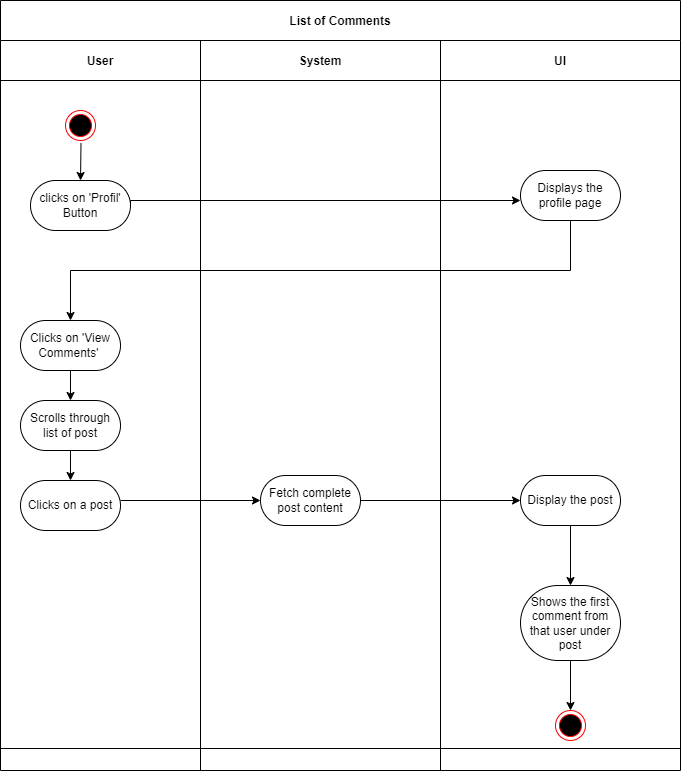
millisom/GluGuide keeps this draw.io diagram as docs/UseCaseManageComments/UCListComment.drawio.png. Above is the earlier version. Source tidied: cells renumbered, new cells last; positions are measured from the earlier drawing's top-left corner, leaving out a move shared by most shapes. The source it was exported from:
```xml
<mxGraphModel>
  <root>
    <mxCell id="0" />
    <mxCell id="1" parent="0" />
    <mxCell id="2" value="List of Comments" style="shape=table;startSize=40;fillColor=none;fontStyle=1;" parent="1" vertex="1">
      <mxGeometry width="680" height="770" as="geometry" />
    </mxCell>
    <mxCell id="3" style="shape=tableRow;horizontal=0;swimlaneHead=0;swimlaneBody=0;top=0;left=0;bottom=0;right=0;fillColor=none;startSize=0;fontStyle=1;" parent="2" vertex="1">
      <mxGeometry y="40" width="680" height="708" as="geometry" />
    </mxCell>
    <mxCell id="4" value="User" style="swimlane;swimlaneHead=0;swimlaneBody=0;fillColor=none;startSize=40;fontStyle=1;" parent="3" vertex="1">
      <mxGeometry width="200" height="708" as="geometry" />
    </mxCell>
    <mxCell id="5" value="clicks on 'Profil' Button" style="rounded=1;whiteSpace=wrap;html=1;arcSize=50;" parent="4" vertex="1">
      <mxGeometry x="30" y="140" width="100" height="50" as="geometry" />
    </mxCell>
    <mxCell id="6" style="edgeStyle=orthogonalEdgeStyle;rounded=0;jettySize=auto;html=1;exitX=0.5;exitY=1;exitDx=0;exitDy=0;entryX=0.5;entryY=0;entryDx=0;entryDy=0;" parent="4" edge="1" source="7" target="9">
      <mxGeometry relative="1" as="geometry" />
    </mxCell>
    <mxCell id="7" value="Clicks on 'View Comments'&amp;nbsp;" style="rounded=1;whiteSpace=wrap;html=1;arcSize=50;" parent="4" vertex="1">
      <mxGeometry x="20" y="280" width="100" height="50" as="geometry" />
    </mxCell>
    <mxCell id="8" style="edgeStyle=none;html=1;" parent="4" edge="1" source="9" target="12">
      <mxGeometry relative="1" as="geometry" />
    </mxCell>
    <mxCell id="9" value="Scrolls through list of post" style="rounded=1;whiteSpace=wrap;html=1;arcSize=50;" parent="4" vertex="1">
      <mxGeometry x="20" y="360" width="100" height="50" as="geometry" />
    </mxCell>
    <mxCell id="10" style="edgeStyle=orthogonalEdgeStyle;rounded=0;jettySize=auto;html=1;exitX=0.517;exitY=1.083;exitDx=0;exitDy=0;entryX=0.5;entryY=0;entryDx=0;entryDy=0;exitPerimeter=0;" parent="4" edge="1" source="11" target="5">
      <mxGeometry relative="1" as="geometry" />
    </mxCell>
    <mxCell id="11" style="ellipse;html=1;shape=endState;fillColor=#000000;strokeColor=#ff0000;" parent="4" vertex="1">
      <mxGeometry x="65" y="70" width="30" height="30" as="geometry" />
    </mxCell>
    <mxCell id="12" value="Clicks on a post" style="rounded=1;whiteSpace=wrap;html=1;arcSize=50;" parent="4" vertex="1">
      <mxGeometry x="20" y="440" width="100" height="50" as="geometry" />
    </mxCell>
    <mxCell id="13" value="System" style="swimlane;swimlaneHead=0;swimlaneBody=0;fillColor=none;startSize=40;fontStyle=1;" parent="3" vertex="1">
      <mxGeometry x="200" width="240" height="708" as="geometry" />
    </mxCell>
    <mxCell id="14" value="Fetch complete post content" style="rounded=1;whiteSpace=wrap;html=1;arcSize=50;" parent="13" vertex="1">
      <mxGeometry x="60" y="435" width="100" height="50" as="geometry" />
    </mxCell>
    <mxCell id="15" value="UI" style="swimlane;swimlaneHead=0;swimlaneBody=0;fillColor=none;startSize=40;fontStyle=1;" parent="3" vertex="1">
      <mxGeometry x="440" width="240" height="708" as="geometry" />
    </mxCell>
    <mxCell id="16" style="edgeStyle=orthogonalEdgeStyle;rounded=0;jettySize=auto;html=1;exitX=0.5;exitY=1;exitDx=0;exitDy=0;entryX=0.5;entryY=0;entryDx=0;entryDy=0;" parent="15" edge="1" source="17" target="20">
      <mxGeometry relative="1" as="geometry" />
    </mxCell>
    <mxCell id="17" value="Display the post" style="rounded=1;whiteSpace=wrap;html=1;arcSize=50;" parent="15" vertex="1">
      <mxGeometry x="80" y="435" width="100" height="50" as="geometry" />
    </mxCell>
    <mxCell id="18" value="Displays the profile page" style="rounded=1;whiteSpace=wrap;html=1;arcSize=50;" parent="15" vertex="1">
      <mxGeometry x="80" y="130" width="100" height="50" as="geometry" />
    </mxCell>
    <mxCell id="19" style="edgeStyle=orthogonalEdgeStyle;rounded=0;jettySize=auto;html=1;exitX=0.5;exitY=1;exitDx=0;exitDy=0;entryX=0.5;entryY=0;entryDx=0;entryDy=0;" parent="15" edge="1" source="20">
      <mxGeometry relative="1" as="geometry">
        <mxPoint x="130" y="670" as="targetPoint" />
      </mxGeometry>
    </mxCell>
    <mxCell id="20" value="Shows the first comment from that user under post" style="rounded=1;whiteSpace=wrap;html=1;arcSize=50;" parent="15" vertex="1">
      <mxGeometry x="80" y="545" width="100" height="75" as="geometry" />
    </mxCell>
    <mxCell id="21" style="ellipse;html=1;shape=endState;fillColor=#000000;strokeColor=#ff0000;" parent="15" vertex="1">
      <mxGeometry x="115" y="670" width="30" height="30" as="geometry" />
    </mxCell>
    <mxCell id="22" style="edgeStyle=orthogonalEdgeStyle;rounded=0;jettySize=auto;html=1;exitX=1;exitY=0.5;exitDx=0;exitDy=0;" parent="3" edge="1" source="5">
      <mxGeometry relative="1" as="geometry">
        <mxPoint x="520" y="160" as="targetPoint" />
        <Array as="points">
          <mxPoint x="130" y="160" />
          <mxPoint x="520" y="160" />
        </Array>
      </mxGeometry>
    </mxCell>
    <mxCell id="23" style="edgeStyle=orthogonalEdgeStyle;rounded=0;jettySize=auto;html=1;exitX=0.5;exitY=1;exitDx=0;exitDy=0;" parent="3" edge="1" source="18" target="7">
      <mxGeometry relative="1" as="geometry" />
    </mxCell>
    <mxCell id="24" style="edgeStyle=orthogonalEdgeStyle;rounded=0;jettySize=auto;html=1;exitX=1;exitY=0.5;exitDx=0;exitDy=0;" parent="3" edge="1" target="14">
      <mxGeometry relative="1" as="geometry">
        <mxPoint x="120" y="460" as="sourcePoint" />
      </mxGeometry>
    </mxCell>
    <mxCell id="25" style="edgeStyle=orthogonalEdgeStyle;rounded=0;jettySize=auto;html=1;exitX=1;exitY=0.5;exitDx=0;exitDy=0;" parent="3" edge="1" source="14" target="17">
      <mxGeometry relative="1" as="geometry" />
    </mxCell>
    <mxCell id="26" style="shape=tableRow;horizontal=0;swimlaneHead=0;swimlaneBody=0;top=0;left=0;bottom=0;right=0;fillColor=none;startSize=0;fontStyle=1;" parent="2" vertex="1">
      <mxGeometry y="748" width="680" height="22" as="geometry" />
    </mxCell>
    <mxCell id="27" style="swimlane;swimlaneHead=0;swimlaneBody=0;fillColor=none;startSize=0;fontStyle=1;" parent="26" vertex="1">
      <mxGeometry width="200" height="22" as="geometry" />
    </mxCell>
    <mxCell id="28" style="swimlane;swimlaneHead=0;swimlaneBody=0;fillColor=none;startSize=0;fontStyle=1;" parent="26" vertex="1">
      <mxGeometry x="200" width="240" height="22" as="geometry" />
    </mxCell>
    <mxCell id="29" style="swimlane;swimlaneHead=0;swimlaneBody=0;fillColor=none;startSize=0;fontStyle=1;" parent="26" vertex="1">
      <mxGeometry x="440" width="240" height="22" as="geometry" />
    </mxCell>
  </root>
</mxGraphModel>
```
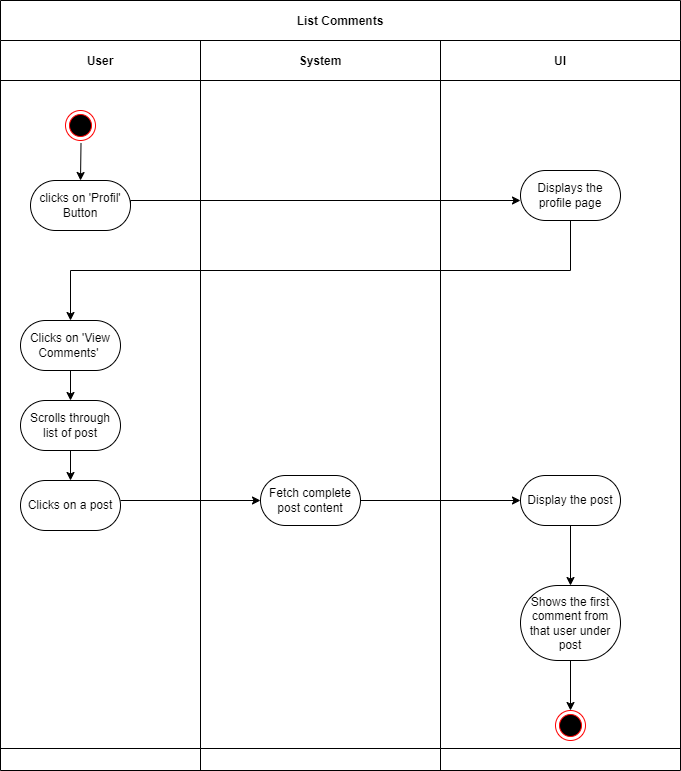
The same diagram one commit later.

Commit message:
spelling mistake in Activity Diagram

Diff of the diagram source:
```diff
@@ -2,7 +2,7 @@
   <root>
     <mxCell id="0" />
     <mxCell id="1" parent="0" />
-    <mxCell id="2" value="List of Comments" style="shape=table;startSize=40;fillColor=none;fontStyle=1;" parent="1" vertex="1">
+    <mxCell id="2" value="List Comments" style="shape=table;startSize=40;fillColor=none;fontStyle=1;" parent="1" vertex="1">
       <mxGeometry width="680" height="770" as="geometry" />
     </mxCell>
     <mxCell id="3" style="shape=tableRow;horizontal=0;swimlaneHead=0;swimlaneBody=0;top=0;left=0;bottom=0;right=0;fillColor=none;startSize=0;fontStyle=1;" parent="2" vertex="1">
```
